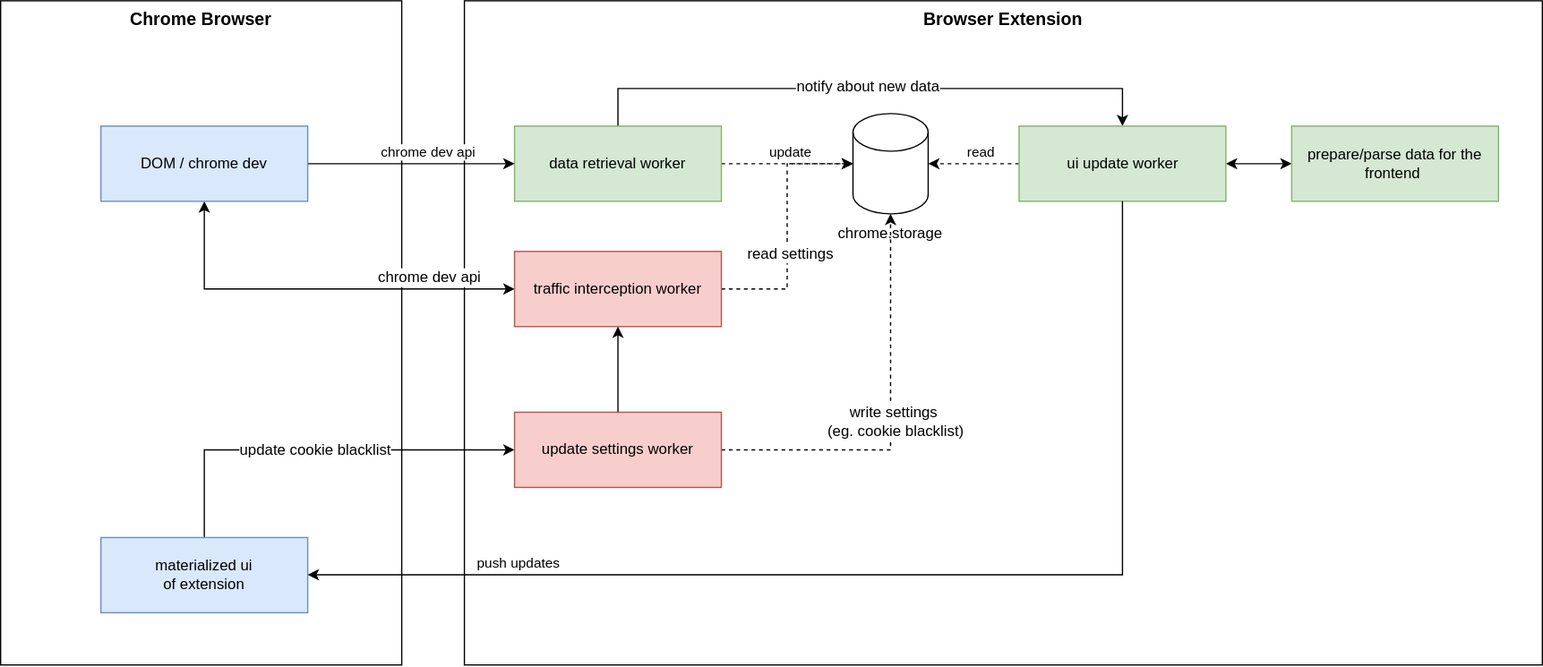
Above: docs/architecture/charts/whitebox_view.svg in tharsheblows/cloudfest-cookies (draw.io), before the change. Source tidied: cells renumbered, new cells last; positions are measured from the earlier drawing's top-left corner, leaving out a move shared by most shapes.
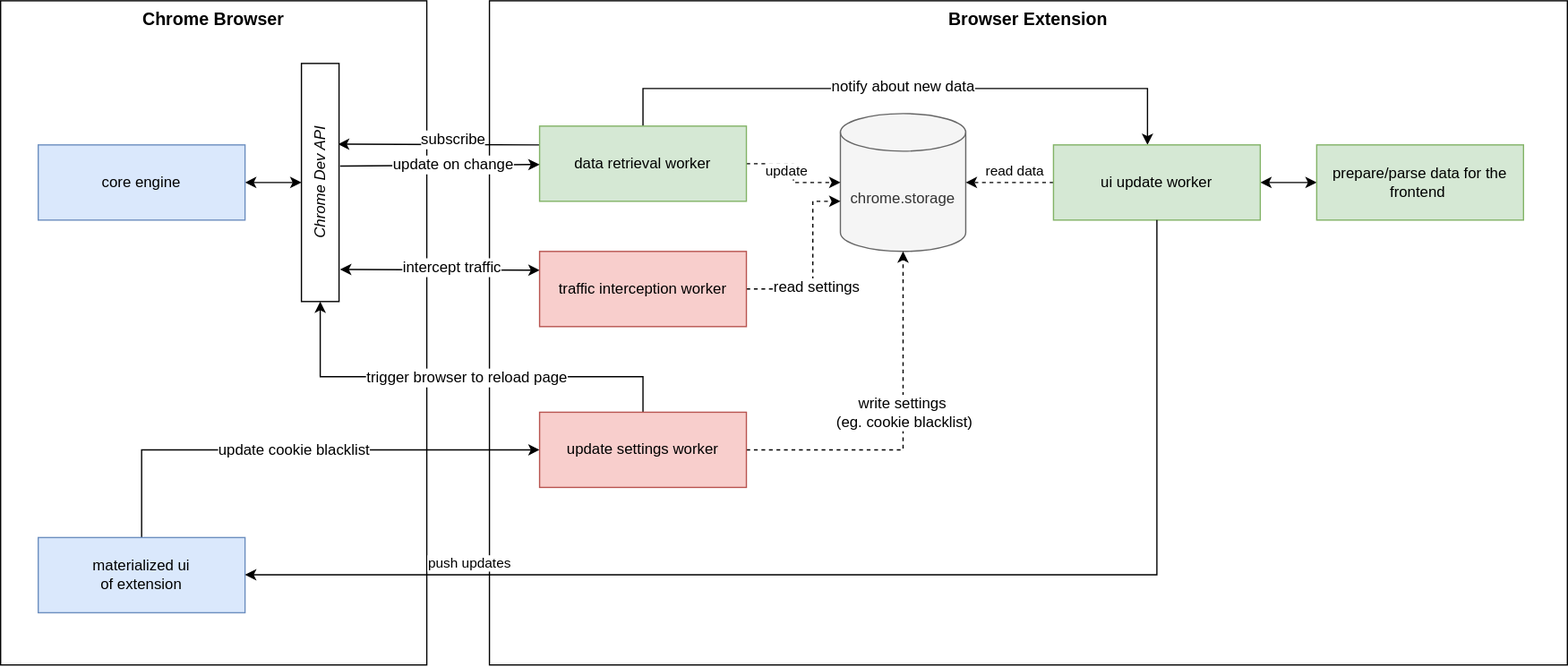
Later version of the same file.

What changed in the source:
```diff
@@ -3,13 +3,13 @@
     <mxCell id="0" />
     <mxCell id="1" parent="0" />
     <mxCell id="2" value="&lt;b style=&quot;font-size: 14px;&quot;&gt;Chrome Browser&lt;/b&gt;" style="rounded=0;whiteSpace=wrap;html=1;verticalAlign=top;fontSize=14;" parent="1" vertex="1">
-      <mxGeometry width="320" height="530" as="geometry" />
+      <mxGeometry x="-20" width="340" height="530" as="geometry" />
     </mxCell>
     <mxCell id="3" value="&lt;b style=&quot;font-size: 14px;&quot;&gt;Browser Extension&lt;/b&gt;" style="rounded=0;whiteSpace=wrap;html=1;verticalAlign=top;fontSize=14;" parent="1" vertex="1">
       <mxGeometry x="370" width="860" height="530" as="geometry" />
     </mxCell>
-    <mxCell id="4" value="&lt;br&gt;&lt;br&gt;&lt;br&gt;&lt;br&gt;&lt;br&gt;&lt;br&gt;chrome.storage" style="shape=cylinder3;whiteSpace=wrap;html=1;boundedLbl=1;backgroundOutline=1;size=15;" parent="1" vertex="1">
-      <mxGeometry x="680" y="90" width="60" height="80" as="geometry" />
+    <mxCell id="4" value="chrome.storage" style="shape=cylinder3;whiteSpace=wrap;html=1;boundedLbl=1;backgroundOutline=1;size=15;fillColor=#f5f5f5;strokeColor=#666666;fontColor=#333333;" parent="1" vertex="1">
+      <mxGeometry x="650" y="90" width="100" height="110" as="geometry" />
     </mxCell>
     <mxCell id="5" style="edgeStyle=orthogonalEdgeStyle;rounded=0;jettySize=auto;html=1;strokeWidth=1;dashed=1;" parent="1" edge="1" source="9" target="4">
       <mxGeometry relative="1" as="geometry" />
@@ -19,10 +19,10 @@
         <mxPoint x="-11" y="-12" as="offset" />
       </mxGeometry>
     </mxCell>
-    <mxCell id="7" style="edgeStyle=orthogonalEdgeStyle;rounded=0;jettySize=auto;html=1;strokeWidth=1;entryX=0.5;entryY=0;entryDx=0;entryDy=0;" parent="1" edge="1" source="9" target="13">
+    <mxCell id="7" style="edgeStyle=orthogonalEdgeStyle;rounded=0;jettySize=auto;html=1;strokeWidth=1;" parent="1" edge="1" source="9" target="13">
       <mxGeometry relative="1" as="geometry">
         <Array as="points">
-          <mxPoint x="492" y="70" />
+          <mxPoint x="493" y="70" />
           <mxPoint x="895" y="70" />
         </Array>
       </mxGeometry>
@@ -30,6 +30,14 @@
     <mxCell id="8" value="&lt;font style=&quot;font-size: 12px&quot;&gt;notify about new data&lt;/font&gt;" style="edgeLabel;html=1;align=center;verticalAlign=middle;fontSize=14;" parent="7" vertex="1">
       <mxGeometry x="-0.01" y="3" relative="1" as="geometry" />
     </mxCell>
+    <mxCell id="32" style="rounded=0;jettySize=auto;html=1;fontSize=12;startArrow=none;startFill=0;entryX=0.661;entryY=0.972;entryDx=0;entryDy=0;entryPerimeter=0;exitX=0;exitY=0.25;exitDx=0;exitDy=0;" parent="1" edge="1" source="9" target="41">
+      <mxGeometry relative="1" as="geometry" />
+    </mxCell>
+    <mxCell id="33" value="subscribe" style="edgeLabel;html=1;align=center;verticalAlign=middle;fontSize=12;" parent="32" vertex="1">
+      <mxGeometry x="-0.34" y="-1" relative="1" as="geometry">
+        <mxPoint x="-17" y="-4" as="offset" />
+      </mxGeometry>
+    </mxCell>
     <mxCell id="9" value="data retrieval worker" style="rounded=0;whiteSpace=wrap;html=1;fillColor=#d5e8d4;strokeColor=#82b366;" parent="1" vertex="1">
       <mxGeometry x="410" y="100" width="165" height="60" as="geometry" />
     </mxCell>
@@ -39,41 +47,24 @@
     <mxCell id="11" style="edgeStyle=orthogonalEdgeStyle;rounded=0;jettySize=auto;html=1;strokeWidth=1;dashed=1;" parent="1" edge="1" source="13" target="4">
       <mxGeometry relative="1" as="geometry" />
     </mxCell>
-    <mxCell id="12" value="read" style="edgeLabel;html=1;align=center;verticalAlign=middle;" parent="11" vertex="1">
+    <mxCell id="12" value="read data" style="edgeLabel;html=1;align=center;verticalAlign=middle;" parent="11" vertex="1">
       <mxGeometry x="-0.25" relative="1" as="geometry">
         <mxPoint x="-5" y="-10" as="offset" />
       </mxGeometry>
     </mxCell>
     <mxCell id="13" value="ui update worker" style="rounded=0;whiteSpace=wrap;html=1;fillColor=#d5e8d4;strokeColor=#82b366;" parent="1" vertex="1">
-      <mxGeometry x="812.5" y="100" width="165" height="60" as="geometry" />
+      <mxGeometry x="820" y="115" width="165" height="60" as="geometry" />
     </mxCell>
-    <mxCell id="14" style="edgeStyle=orthogonalEdgeStyle;rounded=0;jettySize=auto;html=1;" parent="1" edge="1" source="18" target="9">
-      <mxGeometry relative="1" as="geometry" />
-    </mxCell>
-    <mxCell id="15" value="chrome dev api" style="edgeLabel;html=1;align=center;verticalAlign=middle;" parent="14" vertex="1">
-      <mxGeometry x="0.31" y="-4" relative="1" as="geometry">
-        <mxPoint x="-13" y="-14" as="offset" />
-      </mxGeometry>
-    </mxCell>
-    <mxCell id="16" style="edgeStyle=orthogonalEdgeStyle;rounded=0;jettySize=auto;html=1;fontSize=12;startArrow=classic;startFill=1;" parent="1" edge="1" source="18" target="27">
-      <mxGeometry relative="1" as="geometry">
-        <Array as="points">
-          <mxPoint x="163" y="230" />
-        </Array>
-      </mxGeometry>
-    </mxCell>
-    <mxCell id="17" value="chrome dev api" style="edgeLabel;html=1;align=center;verticalAlign=middle;fontSize=12;" parent="16" vertex="1">
-      <mxGeometry x="-0.01" y="-3" relative="1" as="geometry">
-        <mxPoint x="92" y="-13" as="offset" />
-      </mxGeometry>
-    </mxCell>
+    <mxCell id="34" style="edgeStyle=orthogonalEdgeStyle;rounded=0;jettySize=auto;html=1;fontSize=12;startArrow=classic;startFill=1;" parent="1" edge="1" source="18" target="41">
+      <mxGeometry relative="1" as="geometry" />
+    </mxCell>
-    <mxCell id="18" value="DOM / chrome dev" style="rounded=0;whiteSpace=wrap;html=1;fillColor=#dae8fc;strokeColor=#6c8ebf;fontStyle=0;" parent="1" vertex="1">
-      <mxGeometry x="80" y="100" width="165" height="60" as="geometry" />
+    <mxCell id="18" value="core engine" style="rounded=0;whiteSpace=wrap;html=1;fillColor=#dae8fc;strokeColor=#6c8ebf;fontStyle=0;" parent="1" vertex="1">
+      <mxGeometry x="10" y="115" width="165" height="60" as="geometry" />
     </mxCell>
-    <mxCell id="19" style="edgeStyle=orthogonalEdgeStyle;rounded=0;jettySize=auto;html=1;entryX=0;entryY=0.5;entryDx=0;entryDy=0;fontSize=12;startArrow=none;startFill=0;" parent="1" edge="1" source="21" target="31">
+    <mxCell id="19" style="edgeStyle=orthogonalEdgeStyle;rounded=0;jettySize=auto;html=1;entryX=0;entryY=0.5;entryDx=0;entryDy=0;fontSize=12;startArrow=none;startFill=0;exitX=0.5;exitY=0;exitDx=0;exitDy=0;" parent="1" edge="1" source="21" target="31">
       <mxGeometry relative="1" as="geometry">
         <Array as="points">
-          <mxPoint x="163" y="358.3" />
+          <mxPoint x="93" y="358" />
         </Array>
       </mxGeometry>
     </mxCell>
@@ -83,12 +74,12 @@
       </mxGeometry>
     </mxCell>
     <mxCell id="21" value="materialized ui&lt;br&gt;of extension" style="rounded=0;whiteSpace=wrap;html=1;fillColor=#dae8fc;strokeColor=#6c8ebf;" parent="1" vertex="1">
-      <mxGeometry x="80" y="428.3" width="165" height="60" as="geometry" />
+      <mxGeometry x="10" y="428.3" width="165" height="60" as="geometry" />
     </mxCell>
     <mxCell id="22" style="edgeStyle=orthogonalEdgeStyle;rounded=0;jettySize=auto;html=1;" parent="1" edge="1" source="13" target="21">
       <mxGeometry relative="1" as="geometry">
         <Array as="points">
-          <mxPoint x="895" y="458" />
+          <mxPoint x="903" y="458" />
         </Array>
       </mxGeometry>
     </mxCell>
@@ -98,16 +89,29 @@
       </mxGeometry>
     </mxCell>
     <mxCell id="24" value="prepare/parse data for the frontend&amp;nbsp;" style="rounded=0;whiteSpace=wrap;html=1;fillColor=#d5e8d4;strokeColor=#82b366;" parent="1" vertex="1">
-      <mxGeometry x="1030" y="100" width="165" height="60" as="geometry" />
+      <mxGeometry x="1030" y="115" width="165" height="60" as="geometry" />
     </mxCell>
-    <mxCell id="25" style="edgeStyle=orthogonalEdgeStyle;rounded=0;jettySize=auto;html=1;entryX=0;entryY=0.5;entryDx=0;entryDy=0;entryPerimeter=0;fontSize=12;startArrow=none;startFill=0;dashed=1;" parent="1" edge="1" source="27" target="4">
-      <mxGeometry relative="1" as="geometry" />
+    <mxCell id="25" style="edgeStyle=orthogonalEdgeStyle;rounded=0;jettySize=auto;html=1;fontSize=12;startArrow=none;startFill=0;dashed=1;" parent="1" edge="1" source="27" target="4">
+      <mxGeometry relative="1" as="geometry">
+        <Array as="points">
+          <mxPoint x="628" y="230" />
+          <mxPoint x="628" y="160" />
+        </Array>
+      </mxGeometry>
     </mxCell>
     <mxCell id="26" value="read settings" style="edgeLabel;html=1;align=center;verticalAlign=middle;fontSize=12;" parent="25" vertex="1">
       <mxGeometry x="-0.11" y="-1" relative="1" as="geometry">
         <mxPoint x="1" y="10" as="offset" />
       </mxGeometry>
     </mxCell>
+    <mxCell id="35" style="rounded=0;jettySize=auto;html=1;fontSize=12;startArrow=classic;startFill=1;entryX=0.135;entryY=1.028;entryDx=0;entryDy=0;entryPerimeter=0;exitX=0;exitY=0.25;exitDx=0;exitDy=0;" parent="1" edge="1" source="27" target="41">
+      <mxGeometry relative="1" as="geometry" />
+    </mxCell>
+    <mxCell id="36" value="intercept traffic" style="edgeLabel;html=1;align=center;verticalAlign=middle;fontSize=12;" parent="35" vertex="1">
+      <mxGeometry x="0.04" y="-2" relative="1" as="geometry">
+        <mxPoint x="12" as="offset" />
+      </mxGeometry>
+    </mxCell>
     <mxCell id="27" value="traffic interception worker" style="rounded=0;whiteSpace=wrap;html=1;fillColor=#f8cecc;strokeColor=#b85450;" parent="1" vertex="1">
       <mxGeometry x="410" y="200" width="165" height="60" as="geometry" />
     </mxCell>
@@ -115,13 +119,36 @@
       <mxGeometry relative="1" as="geometry" />
     </mxCell>
     <mxCell id="29" value="write settings&amp;nbsp;&lt;br&gt;(eg. cookie blacklist)" style="edgeLabel;html=1;align=center;verticalAlign=middle;fontSize=12;" parent="28" vertex="1">
-      <mxGeometry x="-0.02" y="-3" relative="1" as="geometry" />
+      <mxGeometry x="-0.02" y="-3" relative="1" as="geometry">
+        <mxPoint x="-3" y="-17" as="offset" />
+      </mxGeometry>
     </mxCell>
-    <mxCell id="30" style="edgeStyle=orthogonalEdgeStyle;rounded=0;jettySize=auto;html=1;fontSize=12;startArrow=none;startFill=0;" parent="1" edge="1" source="31" target="27">
-      <mxGeometry relative="1" as="geometry" />
-    </mxCell>
+    <mxCell id="37" style="edgeStyle=orthogonalEdgeStyle;rounded=0;jettySize=auto;html=1;fontSize=12;startArrow=none;startFill=0;" parent="1" edge="1" source="31" target="41">
+      <mxGeometry relative="1" as="geometry">
+        <Array as="points">
+          <mxPoint x="493" y="300" />
+          <mxPoint x="235" y="300" />
+        </Array>
+      </mxGeometry>
+    </mxCell>
+    <mxCell id="38" value="trigger browser to reload page" style="edgeLabel;html=1;align=center;verticalAlign=middle;fontSize=12;" parent="37" vertex="1">
+      <mxGeometry x="0.07" y="-4" relative="1" as="geometry">
+        <mxPoint x="15" y="4" as="offset" />
+      </mxGeometry>
+    </mxCell>
     <mxCell id="31" value="update settings worker" style="rounded=0;whiteSpace=wrap;html=1;fillColor=#f8cecc;strokeColor=#b85450;" parent="1" vertex="1">
       <mxGeometry x="410" y="328.3" width="165" height="60" as="geometry" />
     </mxCell>
+    <mxCell id="39" style="edgeStyle=none;rounded=0;jettySize=auto;html=1;fontSize=12;startArrow=none;startFill=0;exitX=0.569;exitY=1.028;exitDx=0;exitDy=0;exitPerimeter=0;" parent="1" edge="1" source="41" target="9">
+      <mxGeometry relative="1" as="geometry" />
+    </mxCell>
+    <mxCell id="40" value="update on change" style="edgeLabel;html=1;align=center;verticalAlign=middle;fontSize=12;" parent="39" vertex="1">
+      <mxGeometry x="-0.2" relative="1" as="geometry">
+        <mxPoint x="26" y="-1" as="offset" />
+      </mxGeometry>
+    </mxCell>
+    <mxCell id="41" value="Chrome Dev API" style="rounded=0;whiteSpace=wrap;html=1;fontStyle=2;rotation=-90;" parent="1" vertex="1">
+      <mxGeometry x="140" y="130" width="190" height="30" as="geometry" />
+    </mxCell>
   </root>
 </mxGraphModel>
```
